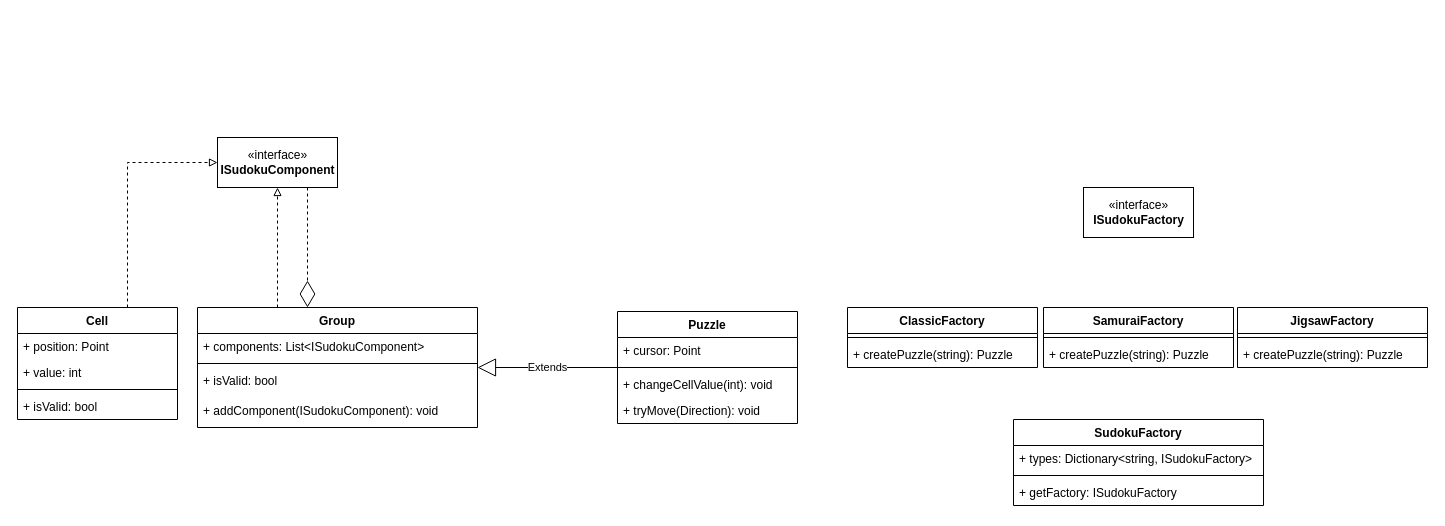
Rutgerw1/designpatterns1 keeps this draw.io diagram as Class diagram.drawio. Above is the earlier version. Source tidied: cells renumbered, new cells numbered last; positions are measured from the earlier drawing's top-left corner, leaving out a move shared by most shapes. Both pictures are drawn from the tidied source at 100%, with x=0, y=0 at pixel (17, 137).
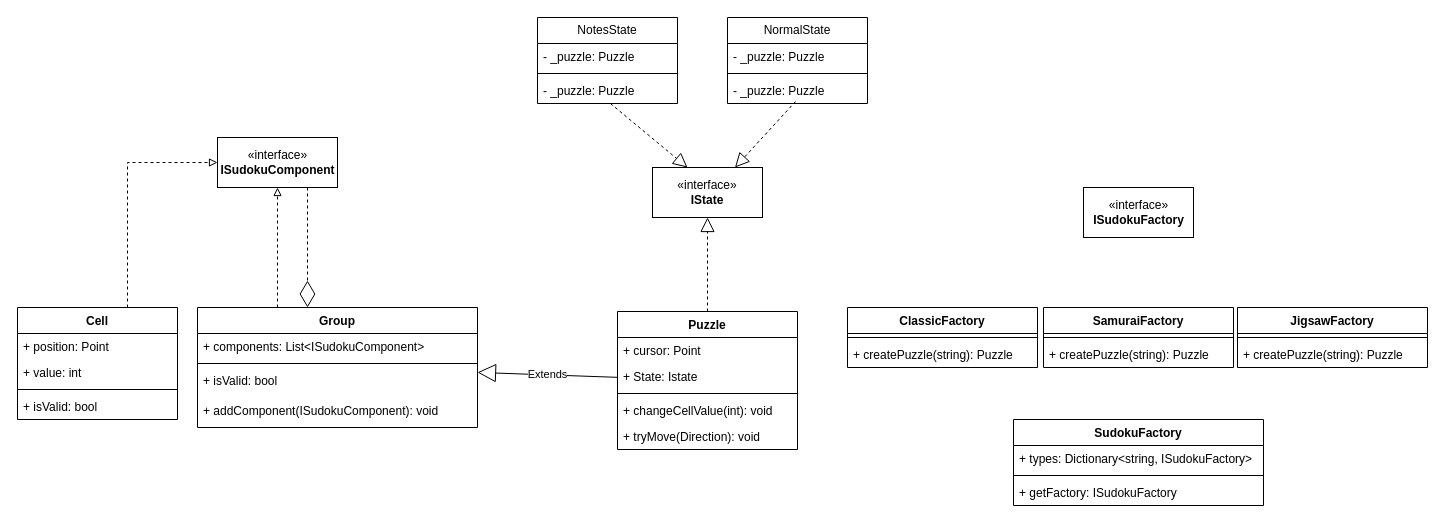
After the change.

The edit, as a diff of the source:
```diff
@@
     <mxCell id="16" value="Puzzle" style="swimlane;fontStyle=1;align=center;verticalAlign=top;horizontal=1;startSize=26;" parent="1" vertex="1">
-      <mxGeometry x="600" y="174" width="180" height="112" as="geometry" />
+      <mxGeometry x="600" y="174" width="180" height="138" as="geometry" />
     </mxCell>
@@
+    <mxCell id="36" value="+ State: Istate" style="text;strokeColor=none;fillColor=none;align=left;verticalAlign=top;spacingLeft=4;spacingRight=4;overflow=hidden;" parent="16" vertex="1">
+      <mxGeometry y="52" width="180" height="26" as="geometry" />
+    </mxCell>
     <mxCell id="18" style="line;strokeWidth=1;fillColor=none;align=left;verticalAlign=middle;spacingTop=-1;spacingLeft=3;spacingRight=3;labelPosition=right;strokeColor=inherit;" parent="16" vertex="1">
-      <mxGeometry y="52" width="180" height="8" as="geometry" />
+      <mxGeometry y="78" width="180" height="8" as="geometry" />
     </mxCell>
     <mxCell id="19" value="+ changeCellValue(int): void" style="text;strokeColor=none;fillColor=none;align=left;verticalAlign=top;spacingLeft=4;spacingRight=4;overflow=hidden;" parent="16" vertex="1">
-      <mxGeometry y="60" width="180" height="26" as="geometry" />
+      <mxGeometry y="86" width="180" height="26" as="geometry" />
     </mxCell>
     <mxCell id="20" value="+ tryMove(Direction): void" style="text;strokeColor=none;fillColor=none;align=left;verticalAlign=top;spacingLeft=4;spacingRight=4;overflow=hidden;" parent="16" vertex="1">
-      <mxGeometry y="86" width="180" height="26" as="geometry" />
+      <mxGeometry y="112" width="180" height="26" as="geometry" />
     </mxCell>
@@
+    <mxCell id="37" value="NormalState" style="swimlane;fontStyle=0;horizontal=1;startSize=26;fillColor=none;whiteSpace=wrap;html=1;" parent="1" vertex="1">
+      <mxGeometry x="710" y="-120" width="140" height="86" as="geometry" />
+    </mxCell>
+    <mxCell id="38" value="- _puzzle: Puzzle" style="text;strokeColor=none;fillColor=none;align=left;verticalAlign=top;spacingLeft=4;spacingRight=4;overflow=hidden;whiteSpace=wrap;html=1;" parent="37" vertex="1">
+      <mxGeometry y="26" width="140" height="26" as="geometry" />
+    </mxCell>
+    <mxCell id="39" style="line;strokeWidth=1;fillColor=none;align=left;verticalAlign=middle;spacingTop=-1;spacingLeft=3;spacingRight=3;labelPosition=right;strokeColor=inherit;" parent="37" vertex="1">
+      <mxGeometry y="52" width="140" height="8" as="geometry" />
+    </mxCell>
+    <mxCell id="40" value="- _puzzle: Puzzle" style="text;strokeColor=none;fillColor=none;align=left;verticalAlign=top;spacingLeft=4;spacingRight=4;overflow=hidden;points=[[0,0.5],[1,0.5]];portConstraint=eastwest;whiteSpace=wrap;html=1;" parent="37" vertex="1">
+      <mxGeometry y="60" width="140" height="26" as="geometry" />
+    </mxCell>
+    <mxCell id="41" value="NotesState" style="swimlane;fontStyle=0;horizontal=1;startSize=26;fillColor=none;whiteSpace=wrap;html=1;" parent="1" vertex="1">
+      <mxGeometry x="520" y="-120" width="140" height="86" as="geometry" />
+    </mxCell>
+    <mxCell id="42" value="- _puzzle: Puzzle" style="text;strokeColor=none;fillColor=none;align=left;verticalAlign=top;spacingLeft=4;spacingRight=4;overflow=hidden;whiteSpace=wrap;html=1;" parent="41" vertex="1">
+      <mxGeometry y="26" width="140" height="26" as="geometry" />
+    </mxCell>
+    <mxCell id="43" style="line;strokeWidth=1;fillColor=none;align=left;verticalAlign=middle;spacingTop=-1;spacingLeft=3;spacingRight=3;labelPosition=right;strokeColor=inherit;" parent="41" vertex="1">
+      <mxGeometry y="52" width="140" height="8" as="geometry" />
+    </mxCell>
+    <mxCell id="44" value="- _puzzle: Puzzle" style="text;strokeColor=none;fillColor=none;align=left;verticalAlign=top;spacingLeft=4;spacingRight=4;overflow=hidden;points=[[0,0.5],[1,0.5]];portConstraint=eastwest;whiteSpace=wrap;html=1;" parent="41" vertex="1">
+      <mxGeometry y="60" width="140" height="26" as="geometry" />
+    </mxCell>
+    <mxCell id="45" value="«interface»&lt;br&gt;&lt;b&gt;IState&lt;br&gt;&lt;/b&gt;" style="html=1;whiteSpace=wrap;" parent="1" vertex="1">
+      <mxGeometry x="635" y="30" width="110" height="50" as="geometry" />
+    </mxCell>
+    <mxCell id="46" style="endArrow=block;dashed=1;endFill=0;endSize=12;html=1;rounded=0;exitX=0.5;exitY=0;exitDx=0;exitDy=0;entryX=0.5;entryY=1;entryDx=0;entryDy=0;" parent="1" edge="1" source="16" target="45">
+      <mxGeometry relative="1" as="geometry" />
+    </mxCell>
+    <mxCell id="47" style="endArrow=block;dashed=1;endFill=0;endSize=12;html=1;rounded=0;exitX=0.521;exitY=1;exitDx=0;exitDy=0;exitPerimeter=0;entryX=0.318;entryY=0;entryDx=0;entryDy=0;entryPerimeter=0;" parent="1" edge="1" source="44" target="45">
+      <mxGeometry relative="1" as="geometry" />
+    </mxCell>
+    <mxCell id="48" style="endArrow=block;dashed=1;endFill=0;endSize=12;html=1;rounded=0;exitX=0.486;exitY=0.923;exitDx=0;exitDy=0;exitPerimeter=0;entryX=0.75;entryY=0;entryDx=0;entryDy=0;" parent="1" edge="1" source="40" target="45">
+      <mxGeometry relative="1" as="geometry" />
+    </mxCell>
```
